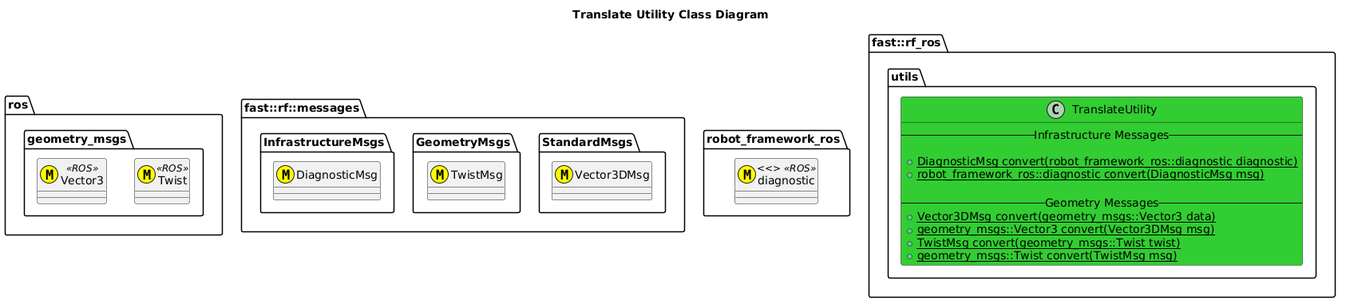
Above: include/robot_framework_ros/utils/doc/puml/TranslateUtilityClassDiagram.png in fastrobotics/robot_framework_ros (PlantUML), before the change.
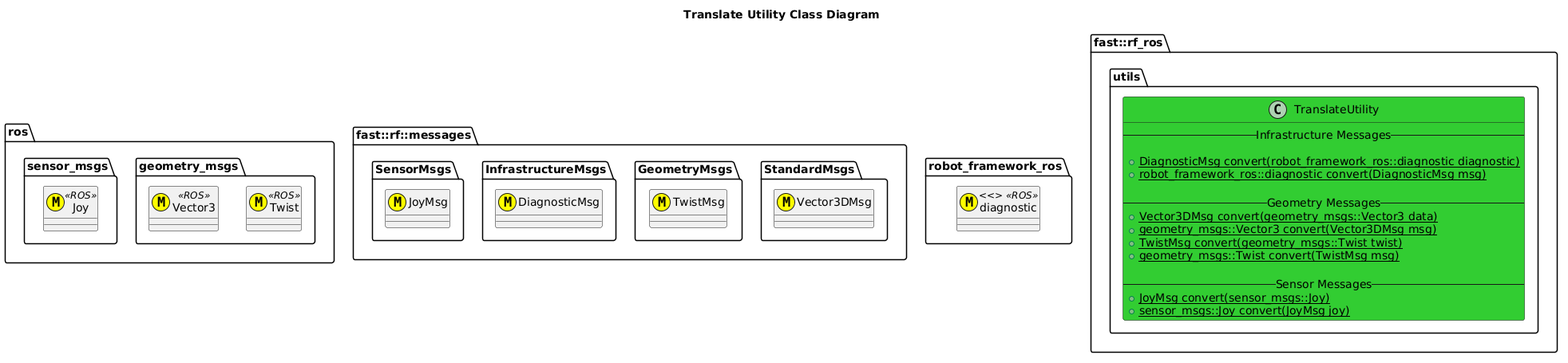
Above is the later version.

Change to the diagram source:
```diff
@@ -4,6 +4,9 @@
     namespace geometry_msgs {
         class Twist <<(M,#FFFF00)>> <<ROS>>
         class Vector3 <<(M,#FFFF00)>> <<ROS>>
+    }
+    namespace sensor_msgs {
+        class Joy <<(M,#FFFF00)>> <<ROS>>
     }
 }
 namespace fast::rf::messages {
@@ -15,6 +18,9 @@
     }
     namespace InfrastructureMsgs {
         class DiagnosticMsg <<(M,#FFFF00)>>
+    }
+    namespace SensorMsgs {
+        class JoyMsg <<(M,#FFFF00)>>
     }
 }
 namespace robot_framework_ros {
@@ -33,6 +39,10 @@
             +{static} geometry_msgs::Vector3 convert(Vector3DMsg msg)
             +{static} TwistMsg convert(geometry_msgs::Twist twist)
             +{static} geometry_msgs::Twist convert(TwistMsg msg)
+
+            -- Sensor Messages --
+            +{static} JoyMsg convert(sensor_msgs::Joy)
+            +{static} sensor_msgs::Joy convert(JoyMsg joy)
         }
 
     }
```
